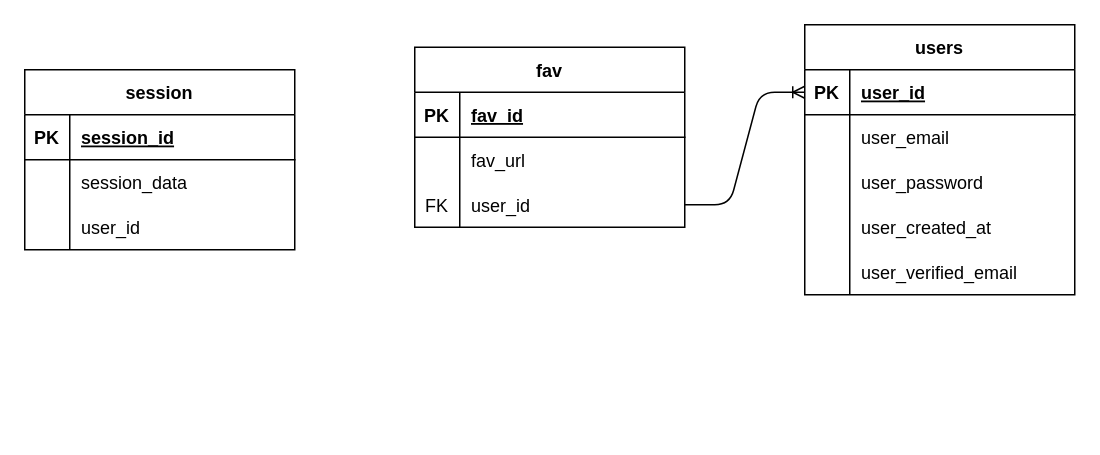
Above: src/db_files/db_er_diagram.drawio in castroitalo/savefavdotcom (draw.io), before the change. Source tidied: cells renumbered, new cells numbered last; positions are measured from the earlier drawing's top-left corner, leaving out a move shared by most shapes. Both pictures are drawn from the tidied source at 150%, with x=0, y=0 at pixel (24, 24).
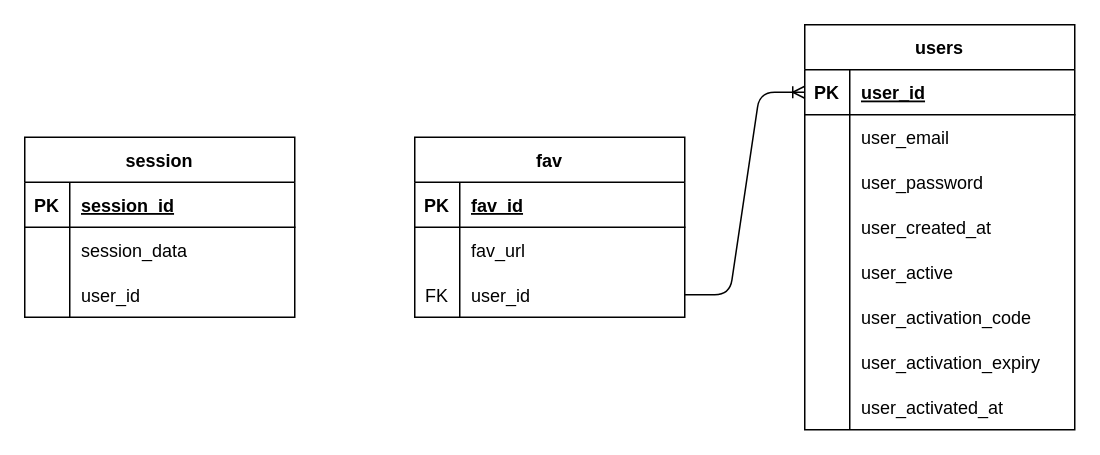
Above is the later version.

Commit message (it also covers changes not shown here):
new user table for email activation

Unchanged cells that the change refers to:
```xml
<mxCell id="15" style="shape=tableRow;horizontal=0;startSize=0;swimlaneHead=0;swimlaneBody=0;fillColor=none;top=0;left=0;right=0;bottom=0;" parent="2" vertex="1">
  <mxGeometry y="150" width="180" height="30" as="geometry" />
</mxCell>
```

What changed in the source:
```diff
@@
     <mxCell id="2" value="users" style="shape=table;startSize=30;childLayout=tableLayout;rowLines=0;fontStyle=1;align=center;" parent="1" vertex="1">
-      <mxGeometry x="520" width="180" height="180" as="geometry" />
+      <mxGeometry x="520" width="180" height="270" as="geometry" />
     </mxCell>
@@
-    <mxCell id="16" style="shape=partialRectangle;fillColor=none;top=0;left=0;bottom=0;right=0;overflow=hidden;" parent="15" vertex="1">
-      <mxGeometry width="30" height="30" as="geometry" />
-    </mxCell>
-    <mxCell id="17" value="user_verified_email" style="shape=partialRectangle;fillColor=none;top=0;left=0;bottom=0;right=0;align=left;spacingLeft=6;overflow=hidden;" parent="15" vertex="1">
-      <mxGeometry x="30" width="150" height="30" as="geometry" />
-    </mxCell>
+    <mxCell id="39" style="shape=partialRectangle;fillColor=none;top=0;left=0;bottom=0;right=0;overflow=hidden;" parent="15" vertex="1">
+      <mxGeometry width="30" height="30" as="geometry" />
+    </mxCell>
+    <mxCell id="40" value="user_active" style="shape=partialRectangle;fillColor=none;top=0;left=0;bottom=0;right=0;align=left;spacingLeft=6;overflow=hidden;" parent="15" vertex="1">
+      <mxGeometry x="30" width="150" height="30" as="geometry" />
+    </mxCell>
+    <mxCell id="41" style="shape=tableRow;horizontal=0;startSize=0;swimlaneHead=0;swimlaneBody=0;fillColor=none;top=0;left=0;right=0;bottom=0;" parent="2" vertex="1">
+      <mxGeometry y="180" width="180" height="30" as="geometry" />
+    </mxCell>
+    <mxCell id="42" style="shape=partialRectangle;fillColor=none;top=0;left=0;bottom=0;right=0;overflow=hidden;" parent="41" vertex="1">
+      <mxGeometry width="30" height="30" as="geometry" />
+    </mxCell>
+    <mxCell id="43" value="user_activation_code" style="shape=partialRectangle;fillColor=none;top=0;left=0;bottom=0;right=0;align=left;spacingLeft=6;overflow=hidden;" parent="41" vertex="1">
+      <mxGeometry x="30" width="150" height="30" as="geometry" />
+    </mxCell>
+    <mxCell id="44" style="shape=tableRow;horizontal=0;startSize=0;swimlaneHead=0;swimlaneBody=0;fillColor=none;top=0;left=0;right=0;bottom=0;" parent="2" vertex="1">
+      <mxGeometry y="210" width="180" height="30" as="geometry" />
+    </mxCell>
+    <mxCell id="45" style="shape=partialRectangle;fillColor=none;top=0;left=0;bottom=0;right=0;overflow=hidden;" parent="44" vertex="1">
+      <mxGeometry width="30" height="30" as="geometry" />
+    </mxCell>
+    <mxCell id="46" value="user_activation_expiry" style="shape=partialRectangle;fillColor=none;top=0;left=0;bottom=0;right=0;align=left;spacingLeft=6;overflow=hidden;" parent="44" vertex="1">
+      <mxGeometry x="30" width="150" height="30" as="geometry" />
+    </mxCell>
+    <mxCell id="47" style="shape=tableRow;horizontal=0;startSize=0;swimlaneHead=0;swimlaneBody=0;fillColor=none;top=0;left=0;right=0;bottom=0;" parent="2" vertex="1">
+      <mxGeometry y="240" width="180" height="30" as="geometry" />
+    </mxCell>
+    <mxCell id="48" style="shape=partialRectangle;fillColor=none;top=0;left=0;bottom=0;right=0;overflow=hidden;" parent="47" vertex="1">
+      <mxGeometry width="30" height="30" as="geometry" />
+    </mxCell>
+    <mxCell id="49" value="user_activated_at" style="shape=partialRectangle;fillColor=none;top=0;left=0;bottom=0;right=0;align=left;spacingLeft=6;overflow=hidden;" parent="47" vertex="1">
+      <mxGeometry x="30" width="150" height="30" as="geometry" />
+    </mxCell>
     <mxCell id="18" value="fav" style="shape=table;startSize=30;childLayout=tableLayout;rowLines=0;fontStyle=1;align=center;" parent="1" vertex="1">
-      <mxGeometry x="260" y="15" width="180" height="120" as="geometry" />
+      <mxGeometry x="260" y="75" width="180" height="120" as="geometry" />
     </mxCell>
@@
     <mxCell id="29" value="session" style="shape=table;startSize=30;childLayout=tableLayout;rowLines=0;fontStyle=1;align=center;" parent="1" vertex="1">
-      <mxGeometry y="30" width="180" height="120" as="geometry" />
+      <mxGeometry y="75" width="180" height="120" as="geometry" />
     </mxCell>
```
